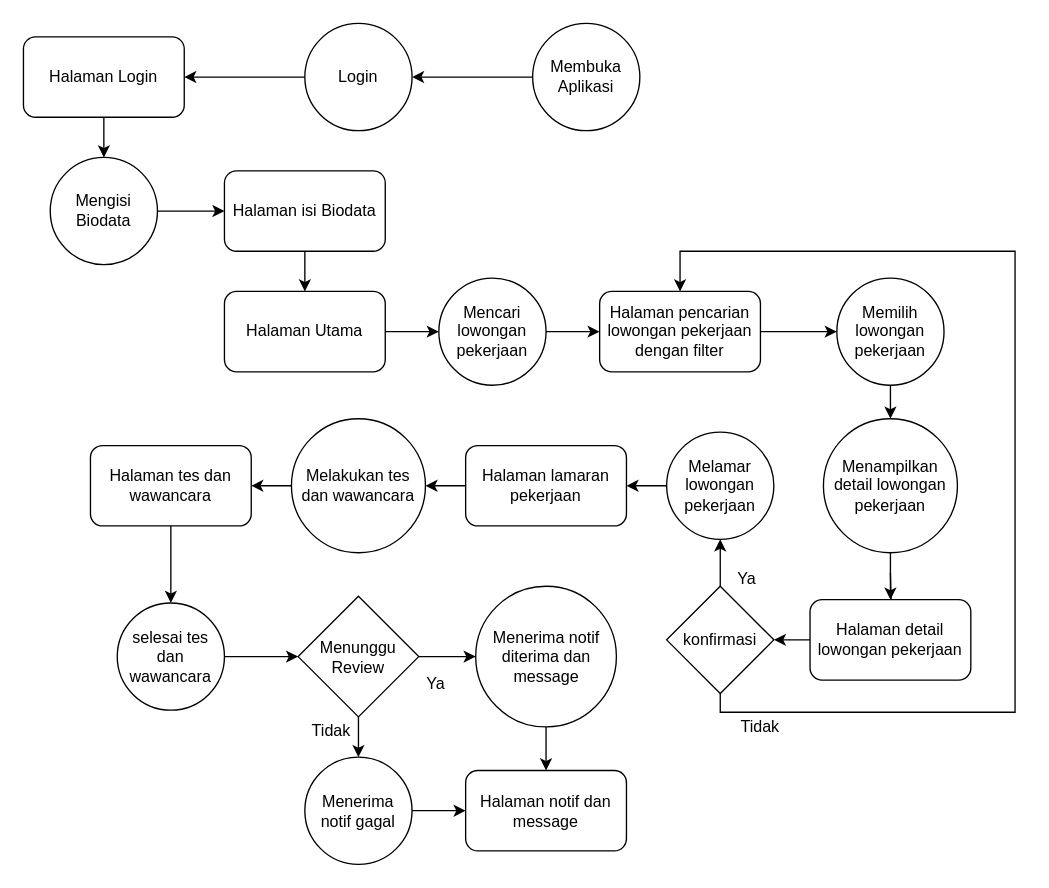
Pfftz/Dicoding_wir keeps this draw.io diagram as Jawir.drawio. Above is the earlier version. Source tidied: cells renumbered, new cells numbered last; positions are measured from the earlier drawing's top-left corner, leaving out a move shared by most shapes. Both pictures are drawn from the tidied source at 134%, with x=0, y=0 at pixel (23, 23).
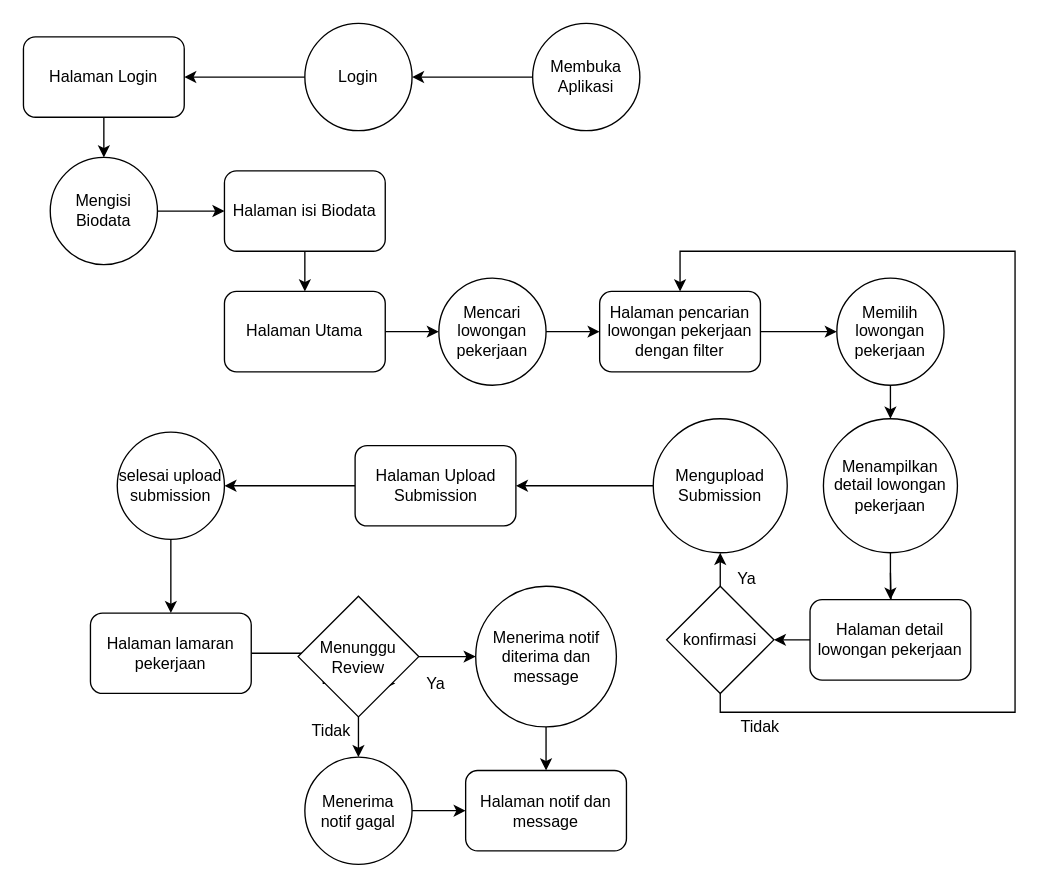
After the change.

Unchanged cells that the change refers to:
```xml
<mxCell id="27" value="konfirmasi" style="rhombus;whiteSpace=wrap;html=1;" parent="1" vertex="1">
  <mxGeometry x="480" y="420" width="80" height="80" as="geometry" />
</mxCell>
<mxCell id="32" value="Menunggu Review" style="rhombus;whiteSpace=wrap;html=1;" parent="1" vertex="1">
  <mxGeometry x="205" y="427.5" width="90" height="90" as="geometry" />
</mxCell>
<mxCell id="38" value="Ya" style="text;html=1;strokeColor=none;fillColor=none;align=center;verticalAlign=middle;whiteSpace=wrap;rounded=0;" parent="1" vertex="1">
  <mxGeometry x="277.5" y="477.5" width="60" height="30" as="geometry" />
</mxCell>
```

What changed in the source:
```diff
@@
-    <mxCell id="13" style="edgeStyle=orthogonalEdgeStyle;rounded=0;jettySize=auto;html=1;entryX=0.5;entryY=1;entryDx=0;entryDy=0;" parent="1" edge="1" source="27" target="16">
-      <mxGeometry relative="1" as="geometry" />
-    </mxCell>
@@
-    <mxCell id="15" style="edgeStyle=orthogonalEdgeStyle;rounded=0;jettySize=auto;html=1;" parent="1" edge="1" source="16" target="20">
-      <mxGeometry relative="1" as="geometry" />
-    </mxCell>
-    <mxCell id="16" value="Melamar lowongan pekerjaan" style="ellipse;whiteSpace=wrap;html=1;" parent="1" vertex="1">
-      <mxGeometry x="480" y="305" width="80" height="80" as="geometry" />
-    </mxCell>
@@
-    <mxCell id="18" value="Melakukan tes dan wawancara" style="ellipse;whiteSpace=wrap;html=1;" parent="1" vertex="1">
-      <mxGeometry x="200" y="295" width="100" height="100" as="geometry" />
+    <mxCell id="18" value="Mengupload Submission" style="ellipse;whiteSpace=wrap;html=1;" parent="1" vertex="1">
+      <mxGeometry x="470" y="295" width="100" height="100" as="geometry" />
     </mxCell>
-    <mxCell id="19" style="edgeStyle=orthogonalEdgeStyle;rounded=0;jettySize=auto;html=1;" parent="1" edge="1" source="20">
-      <mxGeometry relative="1" as="geometry">
-        <mxPoint x="300" y="345" as="targetPoint" />
-      </mxGeometry>
-    </mxCell>
+    <mxCell id="50" style="edgeStyle=orthogonalEdgeStyle;rounded=0;jettySize=auto;html=1;" parent="1" edge="1" source="20" target="38">
+      <mxGeometry relative="1" as="geometry" />
+    </mxCell>
     <mxCell id="20" value="Halaman lamaran pekerjaan" style="rounded=1;whiteSpace=wrap;html=1;" parent="1" vertex="1">
-      <mxGeometry x="330" y="315" width="120" height="60" as="geometry" />
+      <mxGeometry x="50" y="440" width="120" height="60" as="geometry" />
     </mxCell>
@@
-    <mxCell id="22" value="Halaman tes dan wawancara" style="rounded=1;whiteSpace=wrap;html=1;" parent="1" vertex="1">
-      <mxGeometry x="50" y="315" width="120" height="60" as="geometry" />
+    <mxCell id="22" value="Halaman Upload Submission" style="rounded=1;whiteSpace=wrap;html=1;" parent="1" vertex="1">
+      <mxGeometry x="247.5" y="315" width="120" height="60" as="geometry" />
     </mxCell>
@@
+    <mxCell id="51" style="edgeStyle=orthogonalEdgeStyle;rounded=0;jettySize=auto;html=1;" parent="1" edge="1" source="27" target="18">
+      <mxGeometry relative="1" as="geometry" />
+    </mxCell>
@@
-    <mxCell id="33" style="edgeStyle=orthogonalEdgeStyle;rounded=0;jettySize=auto;html=1;" parent="1" edge="1" source="34" target="32">
-      <mxGeometry relative="1" as="geometry" />
-    </mxCell>
+    <mxCell id="52" style="edgeStyle=orthogonalEdgeStyle;rounded=0;jettySize=auto;html=1;" parent="1" edge="1" source="34" target="20">
+      <mxGeometry relative="1" as="geometry" />
+    </mxCell>
-    <mxCell id="34" value="selesai tes dan wawancara" style="ellipse;whiteSpace=wrap;html=1;" parent="1" vertex="1">
-      <mxGeometry x="70" y="432.5" width="80" height="80" as="geometry" />
+    <mxCell id="34" value="selesai upload submission" style="ellipse;whiteSpace=wrap;html=1;" parent="1" vertex="1">
+      <mxGeometry x="70" y="305" width="80" height="80" as="geometry" />
     </mxCell>
```
